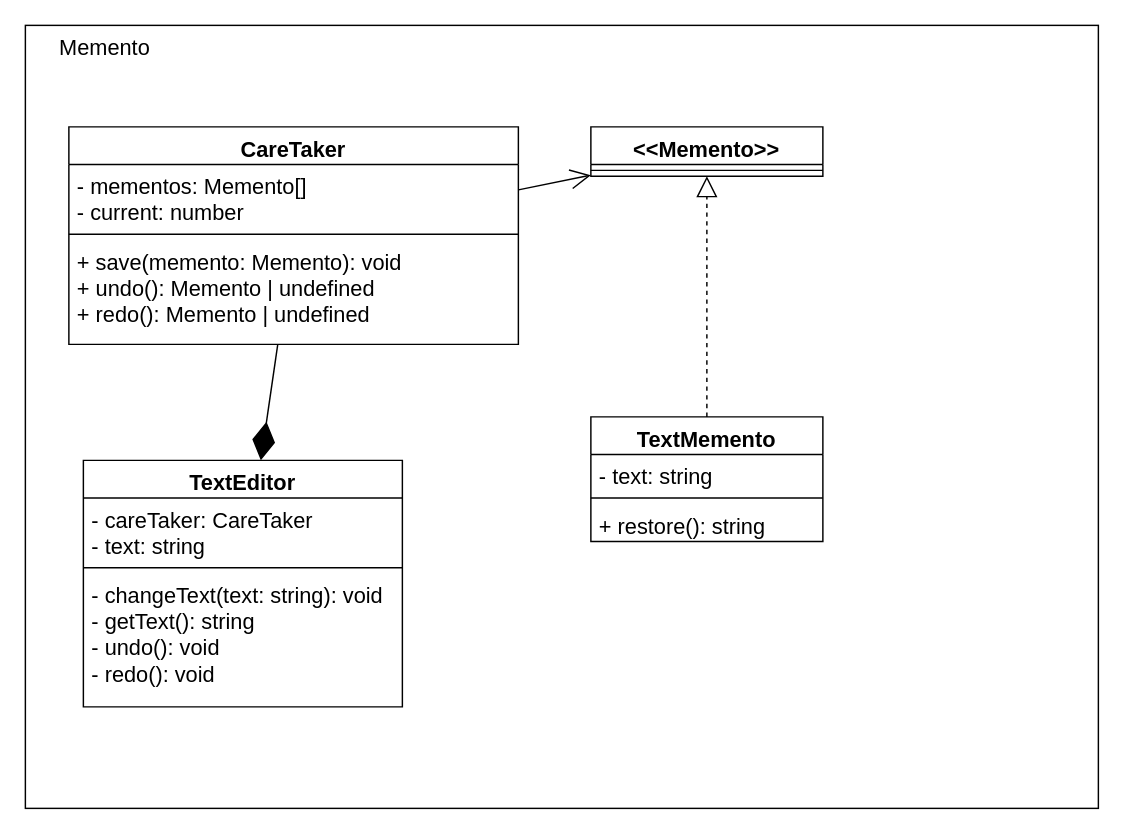
The draw.io diagram behavioral/memento/memento.drawio in kirill-krasuk/design_patterns, before the edit. Source tidied: cells renumbered, new cells numbered last; positions are measured from the earlier drawing's top-left corner, leaving out a move shared by most shapes. Both pictures are drawn from the tidied source at 145%, with x=0, y=0 at pixel (25, 25).
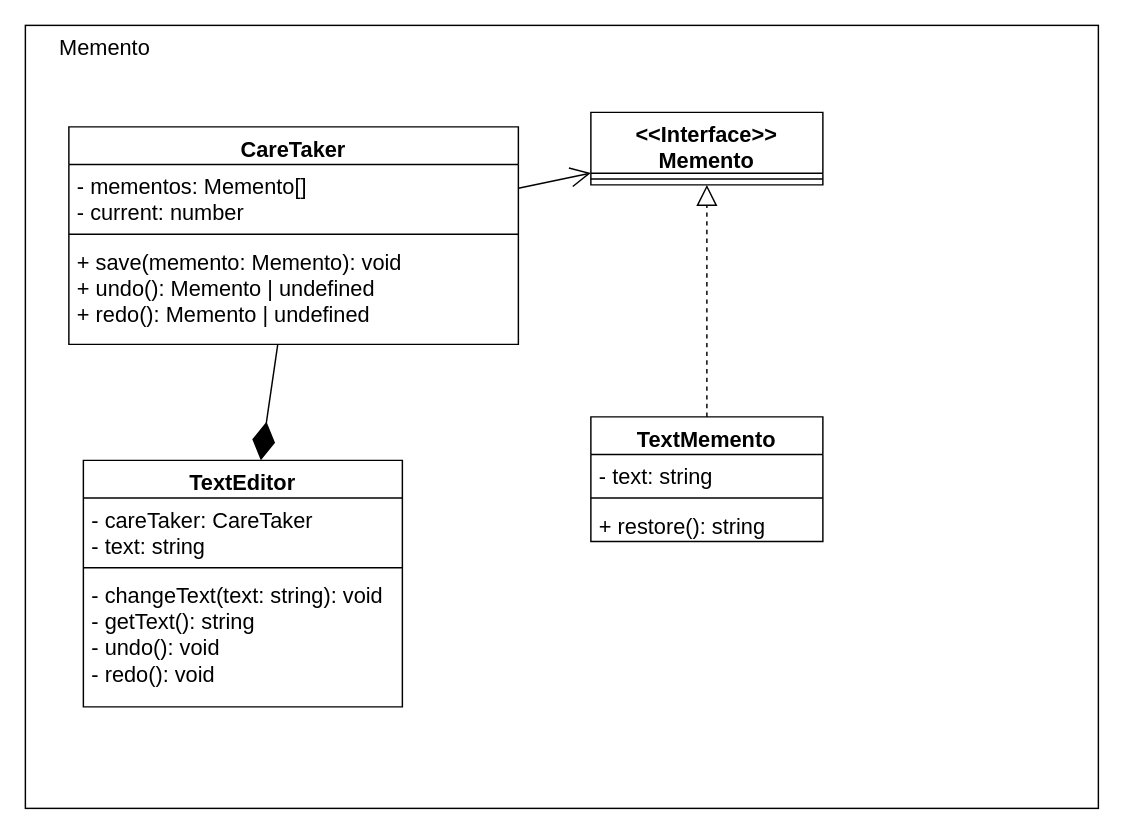
Above is the later version.

Diff of the diagram source:
```diff
@@
-    <mxCell id="8" value="&lt;&lt;Memento&gt;&gt;" style="swimlane;fontStyle=1;align=center;verticalAlign=top;horizontal=1;startSize=26;fontSize=15;" parent="1" vertex="1">
-      <mxGeometry x="390" y="70" width="160" height="34" as="geometry" />
+    <mxCell id="8" value="&lt;&lt;Interface&gt;&gt;&#10;Memento&#10;" style="swimlane;fontStyle=1;align=center;verticalAlign=top;horizontal=1;startSize=42;fontSize=15;" parent="1" vertex="1">
+      <mxGeometry x="390" y="60" width="160" height="50" as="geometry" />
     </mxCell>
     <mxCell id="9" style="line;strokeWidth=1;fillColor=none;align=left;verticalAlign=middle;spacingTop=-1;spacingLeft=3;spacingRight=3;labelPosition=right;strokeColor=inherit;fontSize=15;" parent="8" vertex="1">
-      <mxGeometry y="26" width="160" height="8" as="geometry" />
+      <mxGeometry y="42" width="160" height="8" as="geometry" />
     </mxCell>
```
